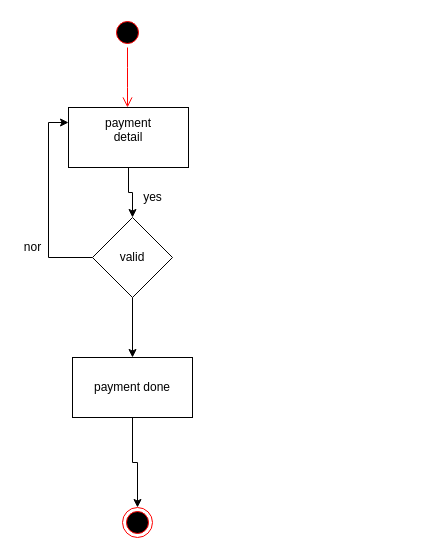
yashjt/hello-world keeps this draw.io diagram as activity.drawio. Above is the earlier version. Source tidied: cells renumbered, new cells numbered last; positions are measured from the earlier drawing's top-left corner, leaving out a move shared by most shapes. Both pictures are drawn from the tidied source at 100%, with x=0, y=0 at pixel (17, 17).
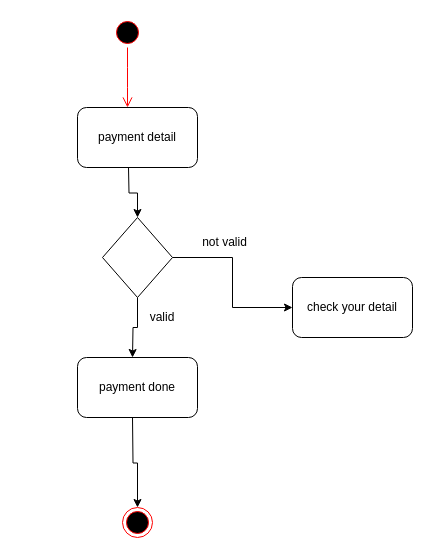
The same diagram, later.

The edit, as a diff of the source:
```diff
@@
 <mxGraphModel>
   <root>
     <mxCell id="0" />
     <mxCell id="1" parent="0" />
     <mxCell id="2" style="ellipse;html=1;shape=startState;fillColor=#000000;strokeColor=#ff0000;" parent="1" vertex="1">
       <mxGeometry x="95" width="30" height="30" as="geometry" />
     </mxCell>
     <mxCell id="3" style="edgeStyle=orthogonalEdgeStyle;html=1;verticalAlign=bottom;endArrow=open;endSize=8;strokeColor=#ff0000;" parent="1" edge="1" source="2">
       <mxGeometry relative="1" as="geometry">
         <mxPoint x="110" y="90" as="targetPoint" />
       </mxGeometry>
     </mxCell>
-    <mxCell id="4" style="edgeStyle=orthogonalEdgeStyle;rounded=0;jettySize=auto;html=1;entryX=0.5;entryY=0;entryDx=0;entryDy=0;" parent="1" edge="1" source="5" target="8">
-      <mxGeometry relative="1" as="geometry" />
+    <mxCell id="4" style="edgeStyle=orthogonalEdgeStyle;rounded=0;jettySize=auto;html=1;entryX=0.5;entryY=0;entryDx=0;entryDy=0;" parent="1" edge="1" target="8">
+      <mxGeometry relative="1" as="geometry">
+        <mxPoint x="111" y="150" as="sourcePoint" />
+      </mxGeometry>
     </mxCell>
-    <mxCell id="5" value="&lt;div&gt;payment&lt;/div&gt;&lt;div&gt;detail&lt;br&gt;&lt;/div&gt;&lt;div&gt;&lt;br&gt;&lt;/div&gt;" style="rounded=0;whiteSpace=wrap;html=1;" parent="1" vertex="1">
-      <mxGeometry x="51" y="90" width="120" height="60" as="geometry" />
-    </mxCell>
-    <mxCell id="6" style="edgeStyle=orthogonalEdgeStyle;rounded=0;jettySize=auto;html=1;exitX=0.5;exitY=1;exitDx=0;exitDy=0;entryX=0.5;entryY=0;entryDx=0;entryDy=0;" parent="1" edge="1" source="8" target="10">
-      <mxGeometry relative="1" as="geometry" />
+    <mxCell id="6" style="edgeStyle=orthogonalEdgeStyle;rounded=0;jettySize=auto;html=1;exitX=0.5;exitY=1;exitDx=0;exitDy=0;entryX=0.5;entryY=0;entryDx=0;entryDy=0;" parent="1" edge="1" source="8">
+      <mxGeometry relative="1" as="geometry">
+        <mxPoint x="115" y="340" as="targetPoint" />
+      </mxGeometry>
     </mxCell>
-    <mxCell id="7" style="edgeStyle=orthogonalEdgeStyle;rounded=0;jettySize=auto;html=1;exitX=0;exitY=0.5;exitDx=0;exitDy=0;entryX=0;entryY=0.25;entryDx=0;entryDy=0;" parent="1" edge="1" source="8" target="5">
-      <mxGeometry relative="1" as="geometry" />
-    </mxCell>
+    <mxCell id="14" style="edgeStyle=orthogonalEdgeStyle;rounded=0;jettySize=auto;html=1;entryX=0;entryY=0.5;entryDx=0;entryDy=0;" parent="1" edge="1" source="8" target="15">
+      <mxGeometry relative="1" as="geometry" />
+    </mxCell>
-    <mxCell id="8" value="valid " style="rhombus;whiteSpace=wrap;html=1;" parent="1" vertex="1">
-      <mxGeometry x="75" y="200" width="80" height="80" as="geometry" />
+    <mxCell id="8" style="rhombus;whiteSpace=wrap;html=1;" parent="1" vertex="1">
+      <mxGeometry x="85" y="200" width="70" height="80" as="geometry" />
     </mxCell>
-    <mxCell id="9" style="edgeStyle=orthogonalEdgeStyle;rounded=0;jettySize=auto;html=1;entryX=0.5;entryY=0;entryDx=0;entryDy=0;" parent="1" edge="1" source="10" target="11">
-      <mxGeometry relative="1" as="geometry" />
+    <mxCell id="9" style="edgeStyle=orthogonalEdgeStyle;rounded=0;jettySize=auto;html=1;entryX=0.5;entryY=0;entryDx=0;entryDy=0;" parent="1" edge="1" target="11">
+      <mxGeometry relative="1" as="geometry">
+        <mxPoint x="115" y="400" as="sourcePoint" />
+      </mxGeometry>
     </mxCell>
+    <mxCell id="11" style="ellipse;html=1;shape=endState;fillColor=#000000;strokeColor=#ff0000;" parent="1" vertex="1">
+      <mxGeometry x="105" y="490" width="30" height="30" as="geometry" />
+    </mxCell>
+    <mxCell id="5" value="payment detail" style="rounded=1;whiteSpace=wrap;html=1;" parent="1" vertex="1">
+      <mxGeometry x="60" y="90" width="120" height="60" as="geometry" />
+    </mxCell>
+    <mxCell id="15" value="&lt;div&gt;check your detail&lt;br&gt;&lt;/div&gt;" style="rounded=1;whiteSpace=wrap;html=1;" parent="1" vertex="1">
+      <mxGeometry x="275" y="260" width="120" height="60" as="geometry" />
+    </mxCell>
-    <mxCell id="10" value="payment done " style="rounded=0;whiteSpace=wrap;html=1;" parent="1" vertex="1">
-      <mxGeometry x="55" y="340" width="120" height="60" as="geometry" />
+    <mxCell id="10" value="payment done" style="rounded=1;whiteSpace=wrap;html=1;" parent="1" vertex="1">
+      <mxGeometry x="60" y="340" width="120" height="60" as="geometry" />
     </mxCell>
-    <mxCell id="11" style="ellipse;html=1;shape=endState;fillColor=#000000;strokeColor=#ff0000;" parent="1" vertex="1">
-      <mxGeometry x="105" y="490" width="30" height="30" as="geometry" />
-    </mxCell>
-    <mxCell id="12" value="yes " style="text;html=1;align=center;verticalAlign=middle;" parent="1" vertex="1">
-      <mxGeometry x="120" y="170" width="30" height="20" as="geometry" />
-    </mxCell>
-    <mxCell id="13" value="nor" style="text;html=1;align=center;verticalAlign=middle;" parent="1" vertex="1">
-      <mxGeometry y="220" width="30" height="20" as="geometry" />
-    </mxCell>
+    <mxCell id="16" value="not valid" style="text;html=1;strokeColor=none;fillColor=none;align=center;verticalAlign=middle;whiteSpace=wrap;rounded=0;" parent="1" vertex="1">
+      <mxGeometry x="180" y="210" width="55" height="30" as="geometry" />
+    </mxCell>
+    <mxCell id="17" value="valid" style="text;html=1;strokeColor=none;fillColor=none;align=center;verticalAlign=middle;whiteSpace=wrap;rounded=0;" parent="1" vertex="1">
+      <mxGeometry x="125" y="290" width="40" height="20" as="geometry" />
+    </mxCell>
   </root>
 </mxGraphModel>
```
